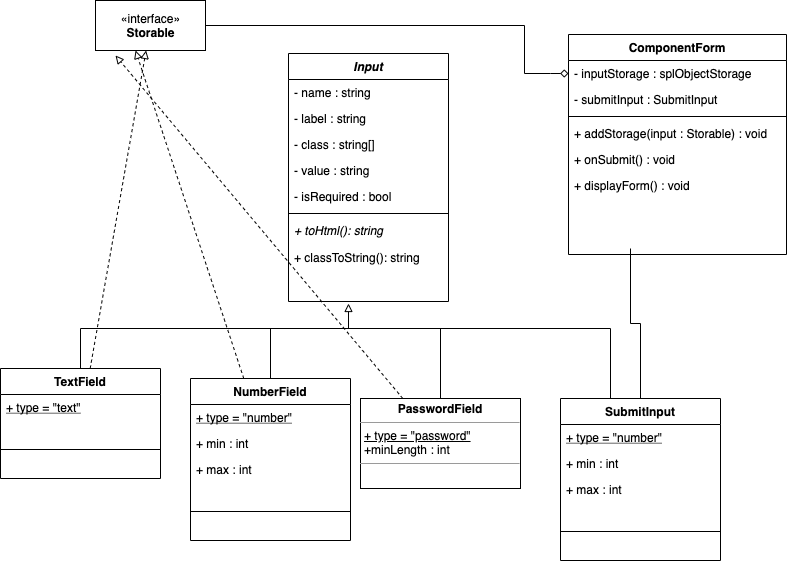
benoit82/3wa_lead_dev keeps this draw.io diagram as week05_SOLID/02-SOLID/form/docs/diagram.png. Above is the earlier version. Source tidied: cells renumbered, new cells last; positions are measured from the earlier drawing's top-left corner, leaving out a move shared by most shapes.
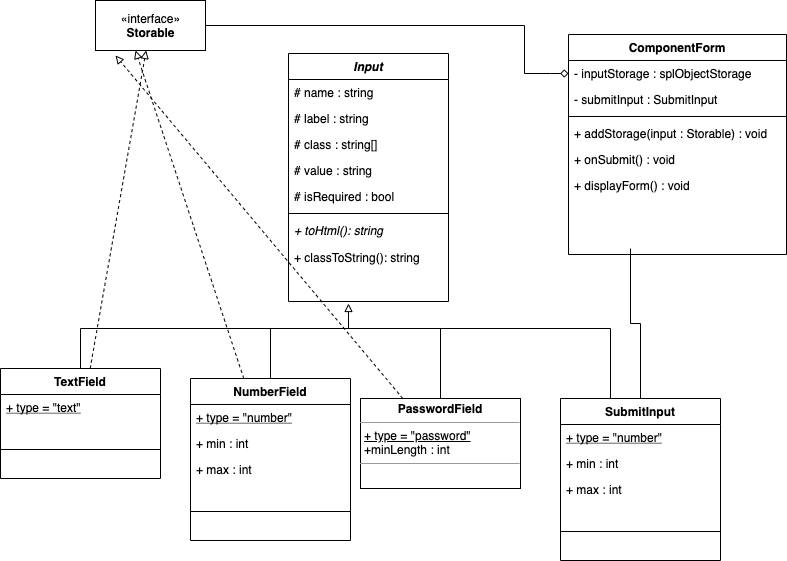
The same diagram one commit later.

What changed in the source:
```diff
@@ -14,19 +14,19 @@
     <mxCell id="3" value="Input" style="swimlane;fontStyle=3;align=center;verticalAlign=top;horizontal=1;startSize=26;rounded=0;shadow=0;strokeWidth=1;" parent="1" vertex="1">
       <mxGeometry x="288" y="53" width="160" height="248" as="geometry" />
     </mxCell>
-    <mxCell id="4" value="- name : string" style="text;align=left;verticalAlign=top;spacingLeft=4;spacingRight=4;overflow=hidden;rounded=0;shadow=0;html=0;" parent="3" vertex="1">
+    <mxCell id="4" value="# name : string" style="text;align=left;verticalAlign=top;spacingLeft=4;spacingRight=4;overflow=hidden;rounded=0;shadow=0;html=0;" parent="3" vertex="1">
       <mxGeometry y="26" width="160" height="26" as="geometry" />
     </mxCell>
-    <mxCell id="5" value="- label : string" style="text;align=left;verticalAlign=top;spacingLeft=4;spacingRight=4;overflow=hidden;rounded=0;shadow=0;html=0;" parent="3" vertex="1">
+    <mxCell id="5" value="# label : string" style="text;align=left;verticalAlign=top;spacingLeft=4;spacingRight=4;overflow=hidden;rounded=0;shadow=0;html=0;" parent="3" vertex="1">
       <mxGeometry y="52" width="160" height="26" as="geometry" />
     </mxCell>
-    <mxCell id="6" value="- class : string[]" style="text;align=left;verticalAlign=top;spacingLeft=4;spacingRight=4;overflow=hidden;rounded=0;shadow=0;html=0;" parent="3" vertex="1">
+    <mxCell id="6" value="# class : string[]" style="text;align=left;verticalAlign=top;spacingLeft=4;spacingRight=4;overflow=hidden;rounded=0;shadow=0;html=0;" parent="3" vertex="1">
       <mxGeometry y="78" width="160" height="26" as="geometry" />
     </mxCell>
-    <mxCell id="7" value="- value : string" style="text;align=left;verticalAlign=top;spacingLeft=4;spacingRight=4;overflow=hidden;rounded=0;shadow=0;html=0;" parent="3" vertex="1">
+    <mxCell id="7" value="# value : string" style="text;align=left;verticalAlign=top;spacingLeft=4;spacingRight=4;overflow=hidden;rounded=0;shadow=0;html=0;" parent="3" vertex="1">
       <mxGeometry y="104" width="160" height="26" as="geometry" />
     </mxCell>
-    <mxCell id="8" value="- isRequired : bool" style="text;align=left;verticalAlign=top;spacingLeft=4;spacingRight=4;overflow=hidden;rounded=0;shadow=0;html=0;" parent="3" vertex="1">
+    <mxCell id="8" value="# isRequired : bool" style="text;align=left;verticalAlign=top;spacingLeft=4;spacingRight=4;overflow=hidden;rounded=0;shadow=0;html=0;" parent="3" vertex="1">
       <mxGeometry y="130" width="160" height="26" as="geometry" />
     </mxCell>
     <mxCell id="9" style="line;html=1;strokeWidth=1;align=left;verticalAlign=middle;spacingTop=-1;spacingLeft=3;spacingRight=3;labelPosition=right;" parent="3" vertex="1">
```
